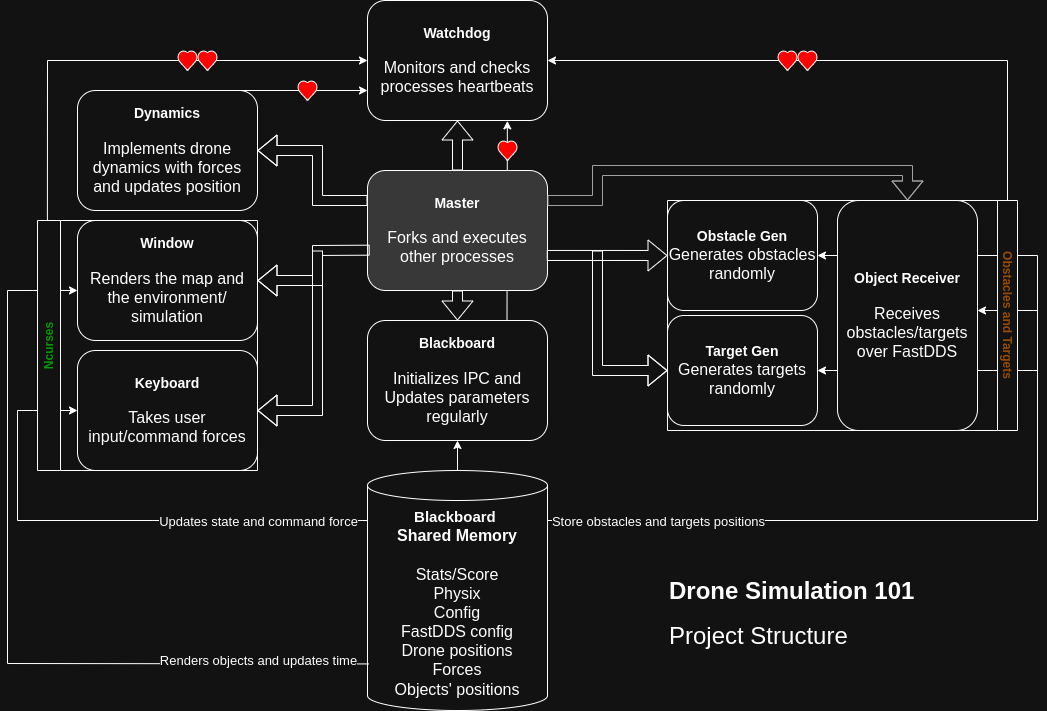
Earlier version of the draw.io export imgs/structure.png (milwd/2D-Drone-Simulation-Remote). Source tidied: cells renumbered, new cells last; positions are measured from the earlier drawing's top-left corner, leaving out a move shared by most shapes.
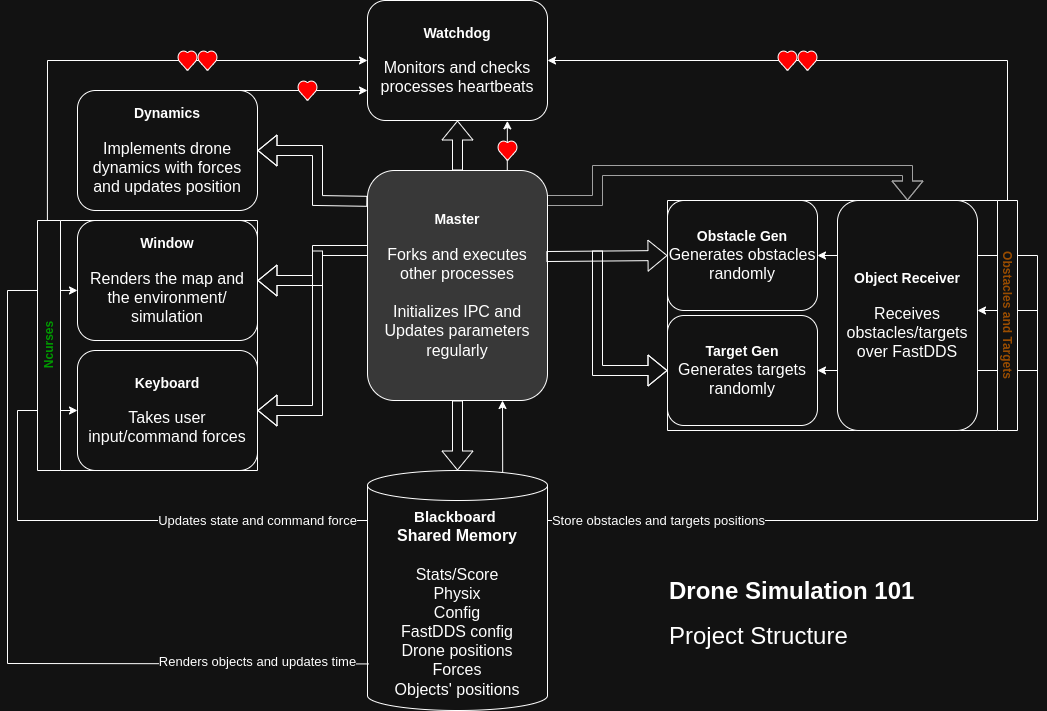
After the commit.

Diff of the diagram source:
```diff
@@ -2,8 +2,29 @@
   <root>
     <mxCell id="0" />
     <mxCell id="1" parent="0" />
+    <mxCell id="23" style="shape=flexArrow;endArrow=classic;html=1;rounded=0;entryX=0.5;entryY=0;entryDx=0;entryDy=0;strokeColor=light-dark(#000000,#A1A1A1);" parent="1" edge="1" target="25">
+      <mxGeometry relative="1" as="geometry">
+        <mxPoint x="530" y="200" as="sourcePoint" />
+        <Array as="points">
+          <mxPoint x="590" y="200" />
+          <mxPoint x="590" y="170" />
+          <mxPoint x="900" y="170" />
+        </Array>
+      </mxGeometry>
+    </mxCell>
+    <mxCell id="14" style="shape=flexArrow;endArrow=classic;html=1;rounded=0;entryX=1;entryY=0.5;entryDx=0;entryDy=0;" parent="1" edge="1" target="32">
+      <mxGeometry relative="1" as="geometry">
+        <mxPoint x="365" y="250" as="sourcePoint" />
+        <Array as="points">
+          <mxPoint x="310" y="250" />
+          <mxPoint x="310" y="280" />
+        </Array>
+      </mxGeometry>
+    </mxCell>
-    <mxCell id="2" style="endArrow=classic;html=1;rounded=0;exitX=0.775;exitY=0.001;exitDx=0;exitDy=0;entryX=0.777;entryY=1.003;entryDx=0;entryDy=0;entryPerimeter=0;exitPerimeter=0;" parent="1" edge="1" source="8" target="9">
-      <mxGeometry relative="1" as="geometry" />
+    <mxCell id="2" style="endArrow=classic;html=1;rounded=0;exitX=0.775;exitY=0.001;exitDx=0;exitDy=0;entryX=0.777;entryY=1.003;entryDx=0;entryDy=0;entryPerimeter=0;exitPerimeter=0;" parent="1" edge="1" target="9">
+      <mxGeometry relative="1" as="geometry">
+        <mxPoint x="499.5" y="320.1" as="sourcePoint" />
+      </mxGeometry>
     </mxCell>
     <mxCell id="3" style="endArrow=classic;html=1;rounded=0;" parent="1" edge="1">
       <mxGeometry relative="1" as="geometry">
@@ -29,12 +50,9 @@
         <mxPoint x="-377" as="offset" />
       </mxGeometry>
     </mxCell>
-    <mxCell id="7" value="&lt;b&gt;&lt;font style=&quot;font-size: 14px;&quot;&gt;Master&lt;/font&gt;&lt;/b&gt;&lt;div&gt;&lt;span style=&quot;font-size: 14px;&quot;&gt;&lt;b&gt;&lt;br&gt;&lt;/b&gt;&lt;/span&gt;&lt;div&gt;&lt;font size=&quot;3&quot; style=&quot;&quot;&gt;Forks and executes other processes&lt;/font&gt;&lt;/div&gt;&lt;/div&gt;" style="rounded=1;whiteSpace=wrap;html=1;fillColor=light-dark(#FFFFFF,#383838);" parent="1" vertex="1">
-      <mxGeometry x="360" y="170" width="180" height="120" as="geometry" />
+    <mxCell id="7" value="&lt;b&gt;&lt;font style=&quot;font-size: 14px;&quot;&gt;Master&lt;/font&gt;&lt;/b&gt;&lt;div&gt;&lt;span style=&quot;font-size: 14px;&quot;&gt;&lt;b&gt;&lt;br&gt;&lt;/b&gt;&lt;/span&gt;&lt;div&gt;&lt;font size=&quot;3&quot; style=&quot;&quot;&gt;Forks and executes other processes&lt;/font&gt;&lt;/div&gt;&lt;/div&gt;&lt;div&gt;&lt;font size=&quot;3&quot; style=&quot;&quot;&gt;&lt;br&gt;&lt;/font&gt;&lt;/div&gt;&lt;div&gt;&lt;span style=&quot;font-size: medium;&quot;&gt;Initializes IPC and Updates parameters regularly&lt;/span&gt;&lt;font size=&quot;3&quot; style=&quot;&quot;&gt;&lt;/font&gt;&lt;/div&gt;" style="rounded=1;whiteSpace=wrap;html=1;fillColor=light-dark(#FFFFFF,#383838);" parent="1" vertex="1">
+      <mxGeometry x="360" y="170" width="180" height="230" as="geometry" />
     </mxCell>
-    <mxCell id="8" value="&lt;font style=&quot;font-size: 14px;&quot;&gt;&lt;b style=&quot;&quot;&gt;Blackboard&lt;/b&gt;&lt;/font&gt;&lt;div&gt;&lt;span style=&quot;font-size: 14px;&quot;&gt;&lt;b&gt;&lt;br&gt;&lt;/b&gt;&lt;/span&gt;&lt;div&gt;&lt;font size=&quot;3&quot;&gt;Initializes IPC and Updates parameters regularly&lt;/font&gt;&lt;/div&gt;&lt;/div&gt;" style="rounded=1;whiteSpace=wrap;html=1;" parent="1" vertex="1">
-      <mxGeometry x="360" y="320" width="180" height="120" as="geometry" />
-    </mxCell>
     <mxCell id="9" value="&lt;font style=&quot;font-size: 14px;&quot;&gt;&lt;b&gt;Watchdog&lt;/b&gt;&lt;/font&gt;&lt;div&gt;&lt;span style=&quot;font-size: 14px;&quot;&gt;&lt;b&gt;&lt;br&gt;&lt;/b&gt;&lt;/span&gt;&lt;div&gt;&lt;font size=&quot;3&quot;&gt;Monitors and checks processes heartbeats&lt;/font&gt;&lt;/div&gt;&lt;/div&gt;" style="rounded=1;whiteSpace=wrap;html=1;" parent="1" vertex="1">
       <mxGeometry x="360" width="180" height="120" as="geometry" />
     </mxCell>
@@ -47,17 +65,9 @@
     <mxCell id="12" value="&lt;font style=&quot;font-size: 15px;&quot;&gt;&lt;b style=&quot;&quot;&gt;Blackboard&amp;nbsp;&lt;/b&gt;&lt;/font&gt;&lt;div&gt;&lt;font size=&quot;3&quot; style=&quot;&quot;&gt;&lt;b style=&quot;&quot;&gt;Shared Memory&lt;/b&gt;&lt;/font&gt;&lt;/div&gt;&lt;div&gt;&lt;font size=&quot;3&quot; style=&quot;&quot;&gt;&lt;b style=&quot;&quot;&gt;&lt;br&gt;&lt;/b&gt;&lt;/font&gt;&lt;/div&gt;&lt;div&gt;&lt;font size=&quot;3&quot; style=&quot;&quot;&gt;Stats/Score&lt;/font&gt;&lt;/div&gt;&lt;div&gt;&lt;font size=&quot;3&quot; style=&quot;&quot;&gt;Physix&lt;/font&gt;&lt;/div&gt;&lt;div&gt;&lt;font size=&quot;3&quot; style=&quot;&quot;&gt;Config&lt;/font&gt;&lt;/div&gt;&lt;div&gt;&lt;font size=&quot;3&quot; style=&quot;&quot;&gt;FastDDS config&lt;/font&gt;&lt;/div&gt;&lt;div&gt;&lt;font size=&quot;3&quot; style=&quot;&quot;&gt;Drone positions&lt;/font&gt;&lt;/div&gt;&lt;div&gt;&lt;font size=&quot;3&quot; style=&quot;&quot;&gt;Forces&lt;/font&gt;&lt;/div&gt;&lt;div&gt;&lt;font size=&quot;3&quot; style=&quot;&quot;&gt;Objects' positions&lt;/font&gt;&lt;/div&gt;" style="shape=cylinder3;whiteSpace=wrap;html=1;boundedLbl=1;backgroundOutline=1;size=15;" parent="1" vertex="1">
       <mxGeometry x="360" y="470" width="180" height="240" as="geometry" />
     </mxCell>
-    <mxCell id="13" style="shape=flexArrow;endArrow=classic;html=1;rounded=0;exitX=0.5;exitY=1;exitDx=0;exitDy=0;entryX=0.5;entryY=0;entryDx=0;entryDy=0;" parent="1" edge="1" source="7" target="8">
+    <mxCell id="13" style="shape=flexArrow;endArrow=classic;html=1;rounded=0;exitX=0.5;exitY=1;exitDx=0;exitDy=0;entryX=0.5;entryY=0;entryDx=0;entryDy=0;entryPerimeter=0;" parent="1" edge="1" source="7" target="12">
       <mxGeometry relative="1" as="geometry" />
     </mxCell>
-    <mxCell id="14" style="shape=flexArrow;endArrow=classic;html=1;rounded=0;exitX=0.012;exitY=0.664;exitDx=0;exitDy=0;entryX=1;entryY=0.5;entryDx=0;entryDy=0;exitPerimeter=0;" parent="1" edge="1" source="7" target="32">
-      <mxGeometry relative="1" as="geometry">
-        <Array as="points">
-          <mxPoint x="310" y="250" />
-          <mxPoint x="310" y="280" />
-        </Array>
-      </mxGeometry>
-    </mxCell>
     <mxCell id="15" style="shape=flexArrow;endArrow=classic;html=1;rounded=0;entryX=1;entryY=0.5;entryDx=0;entryDy=0;" parent="1" edge="1" target="33">
       <mxGeometry relative="1" as="geometry">
         <mxPoint x="310" y="250" as="sourcePoint" />
@@ -69,7 +79,7 @@
     <mxCell id="16" style="shape=flexArrow;endArrow=classic;html=1;rounded=0;entryX=0.5;entryY=1;entryDx=0;entryDy=0;exitX=0.5;exitY=0;exitDx=0;exitDy=0;" parent="1" edge="1" source="7" target="9">
       <mxGeometry relative="1" as="geometry" />
     </mxCell>
-    <mxCell id="17" style="shape=flexArrow;endArrow=classic;html=1;rounded=0;entryX=0;entryY=0.5;entryDx=0;entryDy=0;exitX=0.996;exitY=0.708;exitDx=0;exitDy=0;exitPerimeter=0;" parent="1" edge="1" source="7" target="10">
+    <mxCell id="17" style="shape=flexArrow;endArrow=classic;html=1;rounded=0;entryX=0;entryY=0.5;entryDx=0;entryDy=0;exitX=0.994;exitY=0.374;exitDx=0;exitDy=0;exitPerimeter=0;" parent="1" edge="1" source="7" target="10">
       <mxGeometry relative="1" as="geometry" />
     </mxCell>
     <mxCell id="18" style="shape=flexArrow;endArrow=classic;html=1;rounded=0;entryX=0;entryY=0.5;entryDx=0;entryDy=0;" parent="1" edge="1" target="11">
@@ -106,15 +116,6 @@
         <mxPoint x="150" as="offset" />
       </mxGeometry>
     </mxCell>
-    <mxCell id="23" style="shape=flexArrow;endArrow=classic;html=1;rounded=0;exitX=1;exitY=0.25;exitDx=0;exitDy=0;entryX=0.5;entryY=0;entryDx=0;entryDy=0;strokeColor=light-dark(#000000,#A1A1A1);" parent="1" edge="1" source="7" target="25">
-      <mxGeometry relative="1" as="geometry">
-        <Array as="points">
-          <mxPoint x="590" y="200" />
-          <mxPoint x="590" y="170" />
-          <mxPoint x="900" y="170" />
-        </Array>
-      </mxGeometry>
-    </mxCell>
     <mxCell id="24" value="&lt;font style=&quot;color: light-dark(rgb(0, 0, 0), rgb(153, 76, 0));&quot;&gt;Obstacles and Targets&lt;/font&gt;" style="swimlane;horizontal=0;whiteSpace=wrap;html=1;rotation=-180;startSize=20;" parent="1" vertex="1">
       <mxGeometry x="660" y="200" width="350" height="230" as="geometry" />
     </mxCell>
@@ -160,7 +161,7 @@
     <mxCell id="35" value="&lt;font style=&quot;font-size: 14px;&quot;&gt;&lt;b&gt;Dynamics&lt;/b&gt;&lt;/font&gt;&lt;div&gt;&lt;span style=&quot;font-size: 14px;&quot;&gt;&lt;b&gt;&lt;br&gt;&lt;/b&gt;&lt;/span&gt;&lt;div&gt;&lt;font size=&quot;3&quot;&gt;Implements drone dynamics with forces and updates position&lt;/font&gt;&lt;/div&gt;&lt;/div&gt;" style="rounded=1;whiteSpace=wrap;html=1;" parent="1" vertex="1">
       <mxGeometry x="70" y="90" width="180" height="120" as="geometry" />
     </mxCell>
-    <mxCell id="36" style="shape=flexArrow;endArrow=classic;html=1;rounded=0;entryX=1;entryY=0.5;entryDx=0;entryDy=0;exitX=0;exitY=0.25;exitDx=0;exitDy=0;" parent="1" edge="1" source="7" target="35">
+    <mxCell id="36" style="shape=flexArrow;endArrow=classic;html=1;rounded=0;entryX=1;entryY=0.5;entryDx=0;entryDy=0;exitX=-0.001;exitY=0.134;exitDx=0;exitDy=0;exitPerimeter=0;" parent="1" edge="1" source="7" target="35">
       <mxGeometry relative="1" as="geometry">
         <Array as="points">
           <mxPoint x="310" y="200" />
@@ -180,7 +181,7 @@
     <mxCell id="40" style="verticalLabelPosition=bottom;verticalAlign=top;html=1;shape=mxgraph.basic.heart;fillColor=light-dark(#FFFFFF,#FF0000);" parent="1" vertex="1">
       <mxGeometry x="290" y="80" width="20" height="20" as="geometry" />
     </mxCell>
-    <mxCell id="41" style="endArrow=classic;html=1;rounded=0;exitX=0.5;exitY=0;exitDx=0;exitDy=0;exitPerimeter=0;entryX=0.5;entryY=1;entryDx=0;entryDy=0;" parent="1" edge="1" source="12" target="8">
+    <mxCell id="41" style="endArrow=classic;html=1;rounded=0;exitX=0.751;exitY=0.008;exitDx=0;exitDy=0;exitPerimeter=0;entryX=0.75;entryY=1;entryDx=0;entryDy=0;" parent="1" edge="1" source="12" target="7">
       <mxGeometry relative="1" as="geometry" />
     </mxCell>
     <mxCell id="42" value="&lt;h1 style=&quot;margin-top: 0px;&quot;&gt;&lt;span style=&quot;background-color: transparent; color: light-dark(rgb(0, 0, 0), rgb(255, 255, 255));&quot;&gt;Drone Simulation 101&lt;/span&gt;&lt;/h1&gt;&lt;h1 style=&quot;margin-top: 0px;&quot;&gt;&lt;span style=&quot;font-weight: 400;&quot;&gt;&lt;font style=&quot;font-size: 24px;&quot;&gt;Project Structure&lt;/font&gt;&lt;/span&gt;&lt;/h1&gt;" style="text;html=1;whiteSpace=wrap;overflow=hidden;rounded=0;" parent="1" vertex="1">
```
